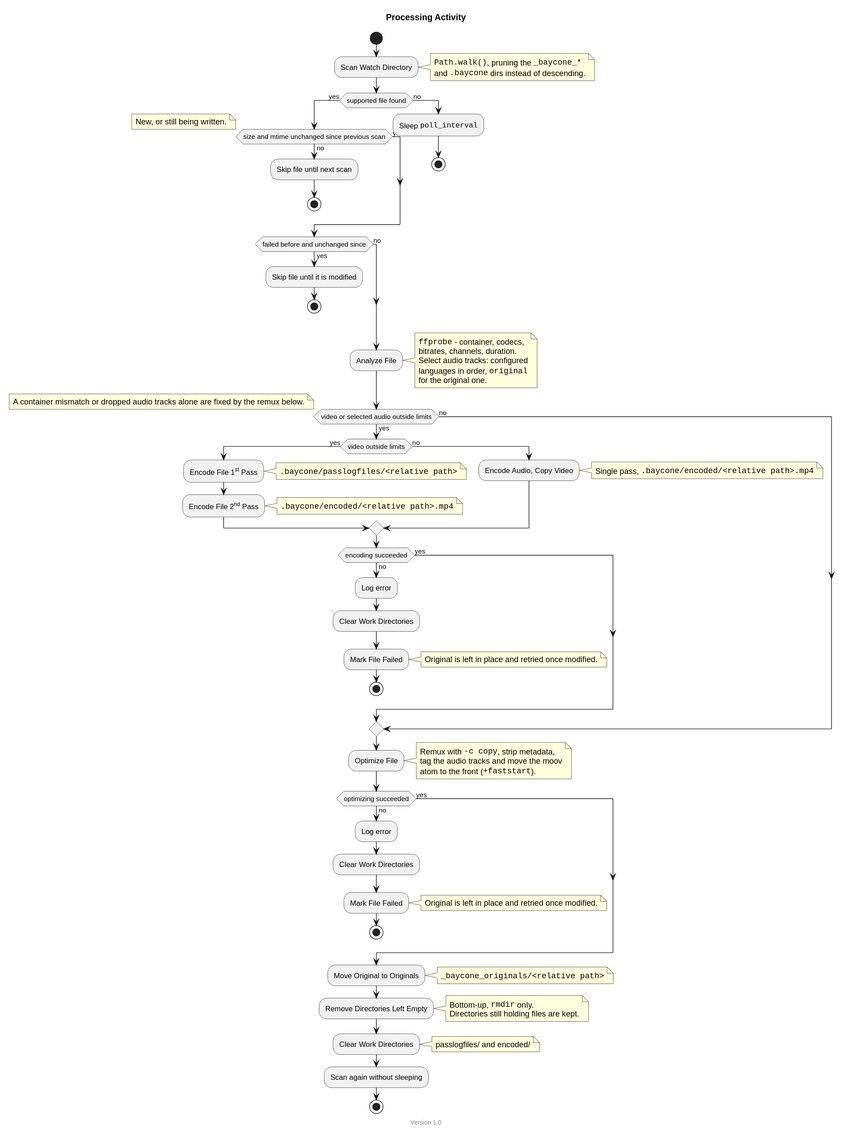
This is docs/processing_activity.svg from theobaldik/baycone, a PlantUML export, as it was before one commit. Its source is kept beside it as docs/processing_activity.puml.
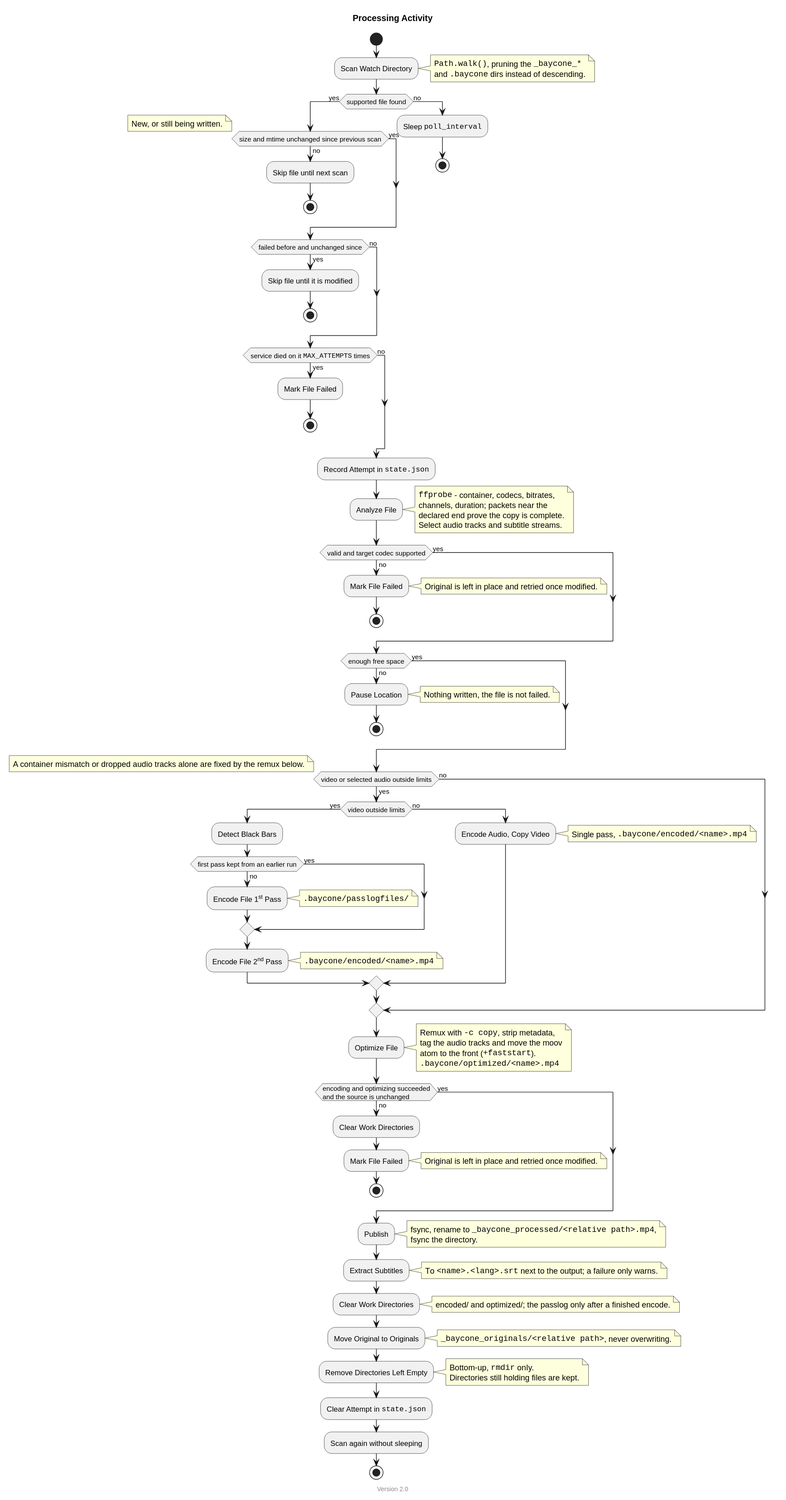
The same file after the commit.

Change to the diagram source:
```diff
@@ -1,7 +1,7 @@
 @startuml processing_activity
 
 title Processing Activity
-footer Version 1.0
+footer Version 2.0
 
 start
 :Scan Watch Directory;
@@ -22,38 +22,53 @@
         :Skip file until it is modified;
         stop
     endif
+    if (service died on it ""MAX_ATTEMPTS"" times) then (no)
+    else (yes)
+        :Mark File Failed;
+        stop
+    endif
 else (no)
     :Sleep ""poll_interval"";
     stop
 endif
 
+:Record Attempt in ""state.json"";
+
 :Analyze File;
 note right
-    ""ffprobe"" - container, codecs,
-    bitrates, channels, duration.
-    Select audio tracks: configured
-    languages in order, ""original""
-    for the original one.
+    ""ffprobe"" - container, codecs, bitrates,
+    channels, duration; packets near the
+    declared end prove the copy is complete.
+    Select audio tracks and subtitle streams.
 end note
+
+if (valid and target codec supported) then (yes)
+else (no)
+    :Mark File Failed;
+    note right: Original is left in place and retried once modified.
+    stop
+endif
+
+if (enough free space) then (yes)
+else (no)
+    :Pause Location;
+    note right: Nothing written, the file is not failed.
+    stop
+endif
 
 if (video or selected audio outside limits) then (yes)
     if (video outside limits) then (yes)
-        :Encode File 1<sup>st</sup> Pass;
-        note right: "".baycone/passlogfiles/<relative path>""
+        :Detect Black Bars;
+        if (first pass kept from an earlier run) then (no)
+            :Encode File 1<sup>st</sup> Pass;
+            note right: "".baycone/passlogfiles/""
+        else (yes)
+        endif
         :Encode File 2<sup>nd</sup> Pass;
-        note right: "".baycone/encoded/<relative path>.mp4""
+        note right: "".baycone/encoded/<name>.mp4""
     else (no)
         :Encode Audio, Copy Video;
-        note right: Single pass, "".baycone/encoded/<relative path>.mp4""
-    endif
-
-    if (encoding succeeded) then (yes)
-    else (no)
-        :Log error;
-        :Clear Work Directories;
-        :Mark File Failed;
-        note right: Original is left in place and retried once modified.
-        stop
+        note right: Single pass, "".baycone/encoded/<name>.mp4""
     endif
 else (no)
     note right: A container mismatch or dropped audio tracks alone are fixed by the remux below.
@@ -64,19 +79,31 @@
     Remux with ""-c copy"", strip metadata,
     tag the audio tracks and move the moov
     atom to the front (""+faststart"").
+    "".baycone/optimized/<name>.mp4""
 end note
 
-if (optimizing succeeded) then (yes)
+if (encoding and optimizing succeeded\nand the source is unchanged) then (yes)
 else (no)
-    :Log error;
     :Clear Work Directories;
     :Mark File Failed;
     note right: Original is left in place and retried once modified.
     stop
 endif
 
+:Publish;
+note right
+    fsync, rename to ""_baycone_processed/<relative path>.mp4"",
+    fsync the directory.
+end note
+
+:Extract Subtitles;
+note right: To ""<name>.<lang>.srt"" next to the output; a failure only warns.
+
+:Clear Work Directories;
+note right: encoded/ and optimized/; the passlog only after a finished encode.
+
 :Move Original to Originals;
-note right: ""_baycone_originals/<relative path>""
+note right: ""_baycone_originals/<relative path>"", never overwriting.
 
 :Remove Directories Left Empty;
 note right
@@ -84,8 +111,7 @@
     Directories still holding files are kept.
 end note
 
-:Clear Work Directories;
-note right: passlogfiles/ and encoded/
+:Clear Attempt in ""state.json"";
 
 :Scan again without sleeping;
 
```
